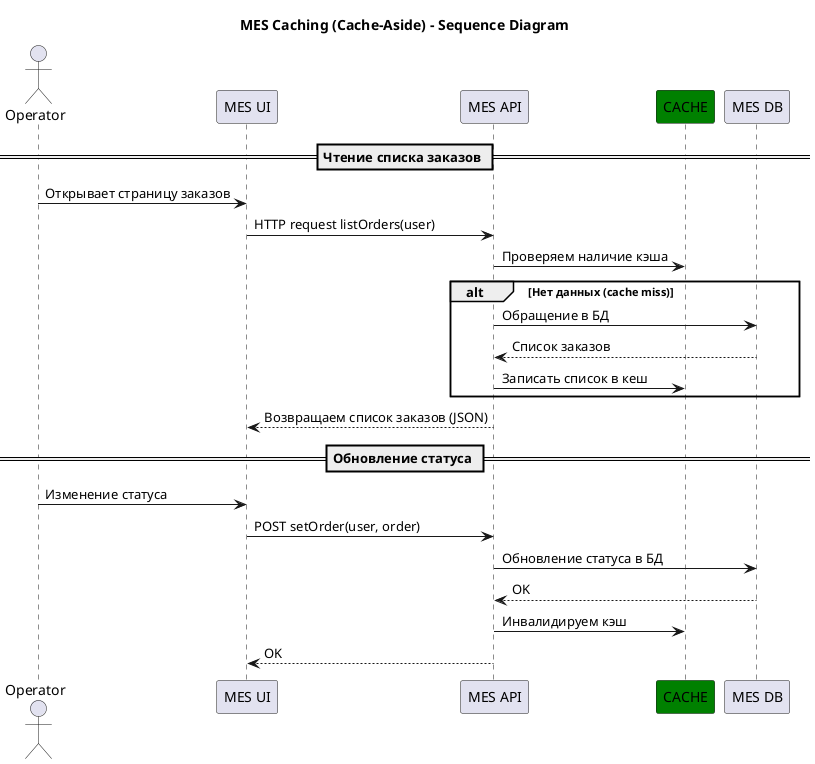
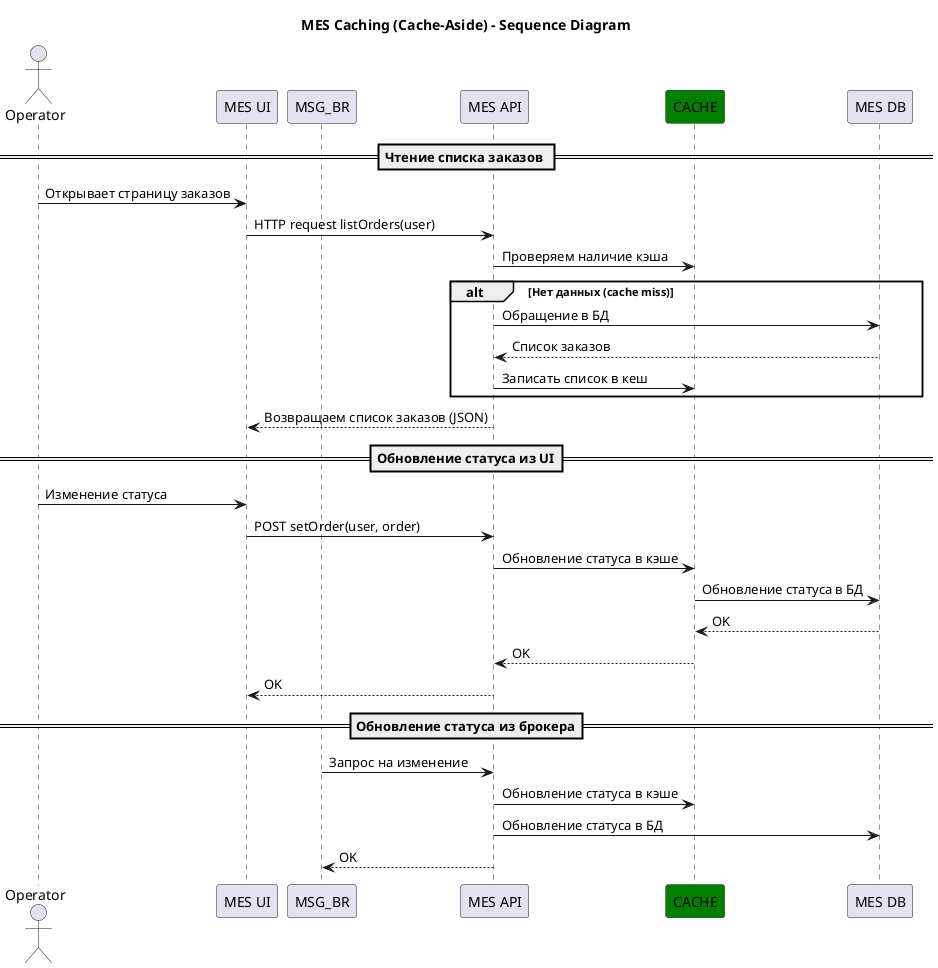
@startuml

title MES Caching (Cache-Aside) - Sequence Diagram

actor Operator as OP
participant "MES UI" as UI
+ participant "MSG_BR" as MSGBR
participant "MES API" as API
participant "CACHE" as CACHE #green
participant "MES DB" as DB

== Чтение списка заказов ==
OP -> UI: Открывает страницу заказов
UI -> API: HTTP request listOrders(user)
API -> CACHE: Проверяем наличие кэша
alt Нет данных (cache miss)
    API -> DB: Обращение в БД
    DB --> API: Список заказов
    API -> CACHE: Записать список в кеш
end
API --> UI: Возвращаем список заказов (JSON)

- == Обновление статуса ==
+ == Обновление статуса из UI==
OP -> UI: Изменение статуса
UI -> API: POST setOrder(user, order)
- API -> DB: Обновление статуса в БД
- DB --> API: OK
- API -> CACHE: Инвалидируем кэш
+ API -> CACHE: Обновление статуса в кэше
+ CACHE -> DB: Обновление статуса в БД
+ DB --> CACHE: OK
+ CACHE --> API: OK
API --> UI: OK

+ 
+ == Обновление статуса из брокера==
+ MSGBR-> API: Запрос на изменение
+ API -> CACHE: Обновление статуса в кэше
+ API -> DB: Обновление статуса в БД
+ API --> MSGBR: OK
+ 
@enduml